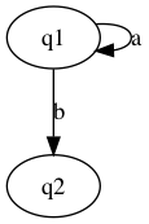
This is graph.png from Kaiomaru/fs-machine, a Graphviz export, as it was before one commit. Its source is kept beside it as graph.dot.
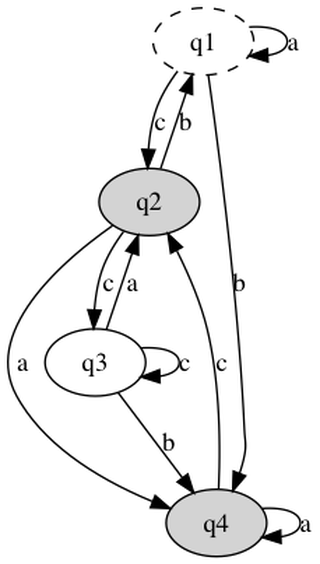
After the change.

The edit, as a diff of the source:
```diff
@@ -1,4 +1,27 @@
 digraph "" {
-	q1 -> q1	 [label=a];
-	q1 -> q2	 [label=b];
+	q1	 [style=dashed];
+	q1 -> q1	 [label=a,
+		weight=a];
+	q2	 [style=filled];
+	q1 -> q2	 [label=c,
+		weight=c];
+	q4	 [style=filled];
+	q1 -> q4	 [label=b,
+		weight=b];
+	q2 -> q1	 [label=b,
+		weight=b];
+	q2 -> q4	 [label=a,
+		weight=a];
+	q2 -> q3	 [label=c,
+		weight=c];
+	q4 -> q2	 [label=c,
+		weight=c];
+	q4 -> q4	 [label=a,
+		weight=a];
+	q3 -> q2	 [label=a,
+		weight=a];
+	q3 -> q4	 [label=b,
+		weight=b];
+	q3 -> q3	 [label=c,
+		weight=c];
 }
```
